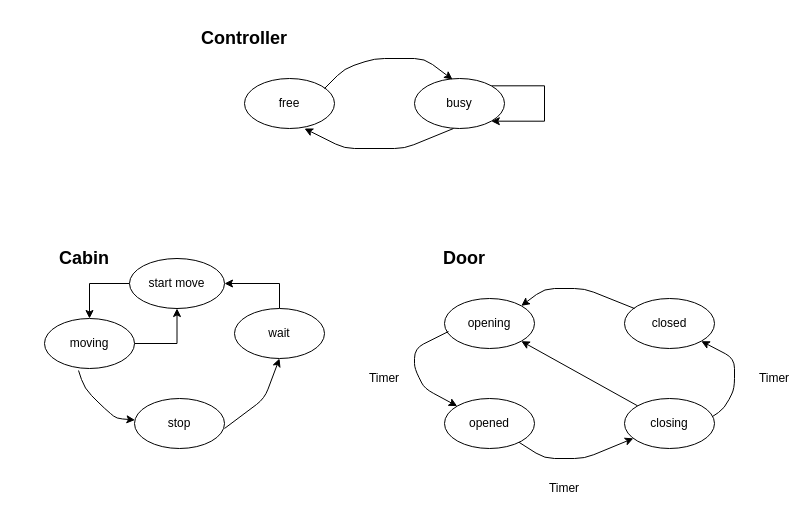
Yokud/4_sem_SE keeps this draw.io diagram as OOP/Lab_04/scheme_lift.drawio. Above is the earlier version. Source tidied: cells renumbered, new cells numbered last; positions are measured from the earlier drawing's top-left corner, leaving out a move shared by most shapes. Both pictures are drawn from the tidied source at 100%, with x=0, y=0 at pixel (44, 28).
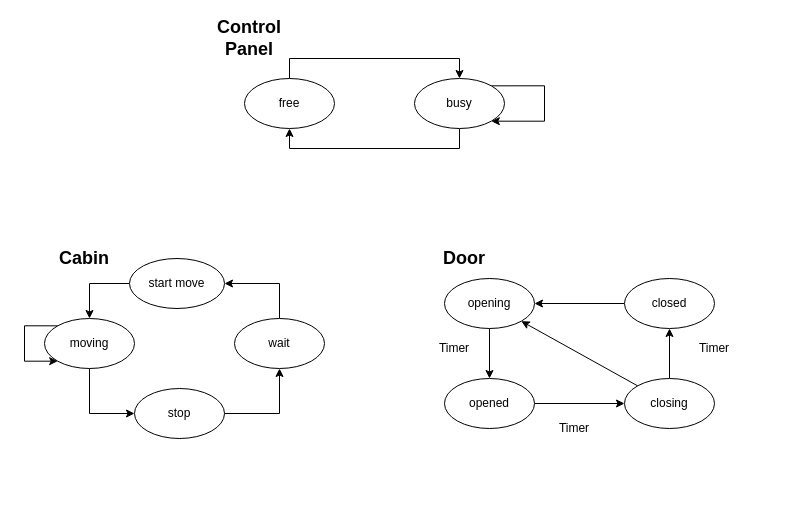
The same page after the edit.

Unchanged cells that the change refers to:
```xml
<mxCell id="2" value="free" style="ellipse;whiteSpace=wrap;html=1;" parent="1" vertex="1">
  <mxGeometry x="200" y="50" width="90" height="50" as="geometry" />
</mxCell>
<mxCell id="4" value="busy" style="ellipse;whiteSpace=wrap;html=1;" parent="1" vertex="1">
  <mxGeometry x="370" y="50" width="90" height="50" as="geometry" />
</mxCell>
<mxCell id="9" value="moving" style="ellipse;whiteSpace=wrap;html=1;" parent="1" vertex="1">
  <mxGeometry y="290" width="90" height="50" as="geometry" />
</mxCell>
<mxCell id="30" value="start move" style="ellipse;whiteSpace=wrap;html=1;" parent="1" vertex="1">
  <mxGeometry x="85" y="230" width="95" height="50" as="geometry" />
</mxCell>
```

The edit, as a diff of the source:
```diff
@@
+    <mxCell id="31" style="edgeStyle=orthogonalEdgeStyle;rounded=0;jettySize=auto;html=1;exitX=0.5;exitY=0;exitDx=0;exitDy=0;entryX=0.5;entryY=0;entryDx=0;entryDy=0;" parent="1" edge="1" source="2" target="4">
+      <mxGeometry relative="1" as="geometry" />
+    </mxCell>
@@
+    <mxCell id="32" style="edgeStyle=orthogonalEdgeStyle;rounded=0;jettySize=auto;html=1;exitX=0.5;exitY=1;exitDx=0;exitDy=0;entryX=0.5;entryY=1;entryDx=0;entryDy=0;" parent="1" edge="1" source="4" target="2">
+      <mxGeometry relative="1" as="geometry" />
+    </mxCell>
@@
-    <mxCell id="5" value="&lt;font style=&quot;font-size: 18px&quot;&gt;&lt;b&gt;Controller&lt;/b&gt;&lt;/font&gt;" style="text;html=1;strokeColor=none;fillColor=none;align=center;verticalAlign=middle;whiteSpace=wrap;rounded=0;" parent="1" vertex="1">
-      <mxGeometry x="180" width="40" height="20" as="geometry" />
+    <mxCell id="5" value="&lt;font style=&quot;font-size: 18px&quot;&gt;&lt;b&gt;Control Panel&lt;/b&gt;&lt;/font&gt;" style="text;html=1;strokeColor=none;fillColor=none;align=center;verticalAlign=middle;whiteSpace=wrap;rounded=0;" parent="1" vertex="1">
+      <mxGeometry x="180" width="50" height="20" as="geometry" />
     </mxCell>
-    <mxCell id="6" style="endArrow=classic;html=1;entryX=0.422;entryY=0.02;entryDx=0;entryDy=0;entryPerimeter=0;" parent="1" edge="1">
-      <mxGeometry relative="1" as="geometry">
-        <mxPoint x="280" y="60" as="sourcePoint" />
-        <mxPoint x="408" y="51" as="targetPoint" />
-        <Array as="points">
-          <mxPoint x="300" y="40" />
-          <mxPoint x="330" y="30" />
-          <mxPoint x="380" y="30" />
-        </Array>
-      </mxGeometry>
-    </mxCell>
-    <mxCell id="7" style="endArrow=classic;html=1;exitX=0.433;exitY=1;exitDx=0;exitDy=0;exitPerimeter=0;" parent="1" edge="1">
-      <mxGeometry relative="1" as="geometry">
-        <mxPoint x="409" y="100" as="sourcePoint" />
-        <mxPoint x="260" y="100" as="targetPoint" />
-        <Array as="points">
-          <mxPoint x="360" y="120" />
-          <mxPoint x="300" y="120" />
-        </Array>
-      </mxGeometry>
-    </mxCell>
-    <mxCell id="8" style="edgeStyle=orthogonalEdgeStyle;rounded=0;jettySize=auto;html=1;exitX=1;exitY=0.5;exitDx=0;exitDy=0;entryX=0.5;entryY=1;entryDx=0;entryDy=0;" parent="1" edge="1" source="9" target="30">
-      <mxGeometry relative="1" as="geometry" />
-    </mxCell>
+    <mxCell id="14" style="edgeStyle=orthogonalEdgeStyle;rounded=0;jettySize=auto;html=1;exitX=0.5;exitY=1;exitDx=0;exitDy=0;entryX=0;entryY=0.5;entryDx=0;entryDy=0;" parent="1" edge="1" source="9" target="12">
+      <mxGeometry relative="1" as="geometry" />
+    </mxCell>
@@
     <mxCell id="11" value="wait" style="ellipse;whiteSpace=wrap;html=1;" parent="1" vertex="1">
-      <mxGeometry x="190" y="280" width="90" height="50" as="geometry" />
+      <mxGeometry x="190" y="290" width="90" height="50" as="geometry" />
     </mxCell>
+    <mxCell id="33" style="edgeStyle=orthogonalEdgeStyle;rounded=0;jettySize=auto;html=1;exitX=1;exitY=0.5;exitDx=0;exitDy=0;entryX=0.5;entryY=1;entryDx=0;entryDy=0;" parent="1" edge="1" source="12" target="11">
+      <mxGeometry relative="1" as="geometry" />
+    </mxCell>
     <mxCell id="12" value="stop" style="ellipse;whiteSpace=wrap;html=1;" parent="1" vertex="1">
-      <mxGeometry x="90" y="370" width="90" height="50" as="geometry" />
+      <mxGeometry x="90" y="360" width="90" height="50" as="geometry" />
     </mxCell>
@@
-    <mxCell id="14" style="endArrow=classic;html=1;exitX=0.378;exitY=1.04;exitDx=0;exitDy=0;exitPerimeter=0;" parent="1" edge="1" source="9" target="12">
-      <mxGeometry relative="1" as="geometry">
-        <Array as="points">
-          <mxPoint x="40" y="360" />
-          <mxPoint x="60" y="380" />
-          <mxPoint x="72" y="390" />
-        </Array>
-      </mxGeometry>
-    </mxCell>
-    <mxCell id="15" style="endArrow=classic;html=1;entryX=0.5;entryY=1;entryDx=0;entryDy=0;" parent="1" edge="1" target="11">
-      <mxGeometry relative="1" as="geometry">
-        <mxPoint x="180" y="400" as="sourcePoint" />
-        <Array as="points">
-          <mxPoint x="220" y="370" />
-        </Array>
-      </mxGeometry>
-    </mxCell>
@@
+    <mxCell id="21" style="edgeStyle=orthogonalEdgeStyle;rounded=0;jettySize=auto;html=1;exitX=0.5;exitY=1;exitDx=0;exitDy=0;" parent="1" edge="1" source="17" target="18">
+      <mxGeometry relative="1" as="geometry" />
+    </mxCell>
     <mxCell id="17" value="opening" style="ellipse;whiteSpace=wrap;html=1;" parent="1" vertex="1">
-      <mxGeometry x="400" y="270" width="90" height="50" as="geometry" />
+      <mxGeometry x="400" y="250" width="90" height="50" as="geometry" />
     </mxCell>
+    <mxCell id="22" style="edgeStyle=orthogonalEdgeStyle;rounded=0;jettySize=auto;html=1;exitX=1;exitY=0.5;exitDx=0;exitDy=0;entryX=0;entryY=0.5;entryDx=0;entryDy=0;" parent="1" edge="1" source="18" target="20">
+      <mxGeometry relative="1" as="geometry" />
+    </mxCell>
     <mxCell id="18" value="opened" style="ellipse;whiteSpace=wrap;html=1;" parent="1" vertex="1">
-      <mxGeometry x="400" y="370" width="90" height="50" as="geometry" />
+      <mxGeometry x="400" y="350" width="90" height="50" as="geometry" />
     </mxCell>
+    <mxCell id="34" style="edgeStyle=orthogonalEdgeStyle;rounded=0;jettySize=auto;html=1;exitX=0;exitY=0.5;exitDx=0;exitDy=0;entryX=1;entryY=0.5;entryDx=0;entryDy=0;" parent="1" edge="1" source="19" target="17">
+      <mxGeometry relative="1" as="geometry" />
+    </mxCell>
     <mxCell id="19" value="closed" style="ellipse;whiteSpace=wrap;html=1;" parent="1" vertex="1">
-      <mxGeometry x="580" y="270" width="90" height="50" as="geometry" />
+      <mxGeometry x="580" y="250" width="90" height="50" as="geometry" />
     </mxCell>
+    <mxCell id="23" style="edgeStyle=orthogonalEdgeStyle;rounded=0;jettySize=auto;html=1;exitX=0.5;exitY=0;exitDx=0;exitDy=0;entryX=0.5;entryY=1;entryDx=0;entryDy=0;" parent="1" edge="1" source="20" target="19">
+      <mxGeometry relative="1" as="geometry" />
+    </mxCell>
     <mxCell id="20" value="closing" style="ellipse;whiteSpace=wrap;html=1;" parent="1" vertex="1">
-      <mxGeometry x="580" y="370" width="90" height="50" as="geometry" />
+      <mxGeometry x="580" y="350" width="90" height="50" as="geometry" />
     </mxCell>
-    <mxCell id="21" style="endArrow=classic;html=1;exitX=0.044;exitY=0.66;exitDx=0;exitDy=0;exitPerimeter=0;" parent="1" edge="1" source="17" target="18">
-      <mxGeometry relative="1" as="geometry">
-        <Array as="points">
-          <mxPoint x="370" y="320" />
-          <mxPoint x="370" y="340" />
-          <mxPoint x="380" y="360" />
-        </Array>
-      </mxGeometry>
-    </mxCell>
-    <mxCell id="22" style="endArrow=classic;html=1;" parent="1" edge="1" source="18" target="20">
-      <mxGeometry relative="1" as="geometry">
-        <Array as="points">
-          <mxPoint x="500" y="430" />
-          <mxPoint x="540" y="430" />
-        </Array>
-      </mxGeometry>
-    </mxCell>
-    <mxCell id="23" style="endArrow=classic;html=1;entryX=1;entryY=1;entryDx=0;entryDy=0;exitX=0.978;exitY=0.36;exitDx=0;exitDy=0;exitPerimeter=0;" parent="1" edge="1" source="20" target="19">
-      <mxGeometry relative="1" as="geometry">
-        <Array as="points">
-          <mxPoint x="680" y="380" />
-          <mxPoint x="690" y="360" />
-          <mxPoint x="690" y="330" />
-        </Array>
-      </mxGeometry>
-    </mxCell>
-    <mxCell id="24" style="endArrow=classic;html=1;entryX=1;entryY=0;entryDx=0;entryDy=0;" parent="1" edge="1" target="17">
-      <mxGeometry relative="1" as="geometry">
-        <mxPoint x="590" y="280" as="sourcePoint" />
-        <Array as="points">
-          <mxPoint x="540" y="260" />
-          <mxPoint x="500" y="260" />
-        </Array>
-      </mxGeometry>
-    </mxCell>
@@
     <mxCell id="26" value="Timer" style="text;html=1;strokeColor=none;fillColor=none;align=center;verticalAlign=middle;whiteSpace=wrap;rounded=0;" parent="1" vertex="1">
-      <mxGeometry x="710" y="340" width="40" height="20" as="geometry" />
+      <mxGeometry x="650" y="310" width="40" height="20" as="geometry" />
     </mxCell>
     <mxCell id="27" value="Timer" style="text;html=1;strokeColor=none;fillColor=none;align=center;verticalAlign=middle;whiteSpace=wrap;rounded=0;" parent="1" vertex="1">
-      <mxGeometry x="500" y="450" width="40" height="20" as="geometry" />
+      <mxGeometry x="510" y="390" width="40" height="20" as="geometry" />
     </mxCell>
     <mxCell id="28" value="Timer" style="text;html=1;strokeColor=none;fillColor=none;align=center;verticalAlign=middle;whiteSpace=wrap;rounded=0;" parent="1" vertex="1">
-      <mxGeometry x="320" y="340" width="40" height="20" as="geometry" />
+      <mxGeometry x="390" y="310" width="40" height="20" as="geometry" />
     </mxCell>
@@
+    <mxCell id="35" style="edgeStyle=orthogonalEdgeStyle;rounded=0;orthogonalLoop=1;jettySize=auto;html=1;exitX=0;exitY=0;exitDx=0;exitDy=0;entryX=0;entryY=1;entryDx=0;entryDy=0;" parent="1" edge="1" source="9" target="9">
+      <mxGeometry relative="1" as="geometry">
+        <Array as="points">
+          <mxPoint x="-20" y="297" />
+          <mxPoint x="-20" y="333" />
+        </Array>
+      </mxGeometry>
+    </mxCell>
```
